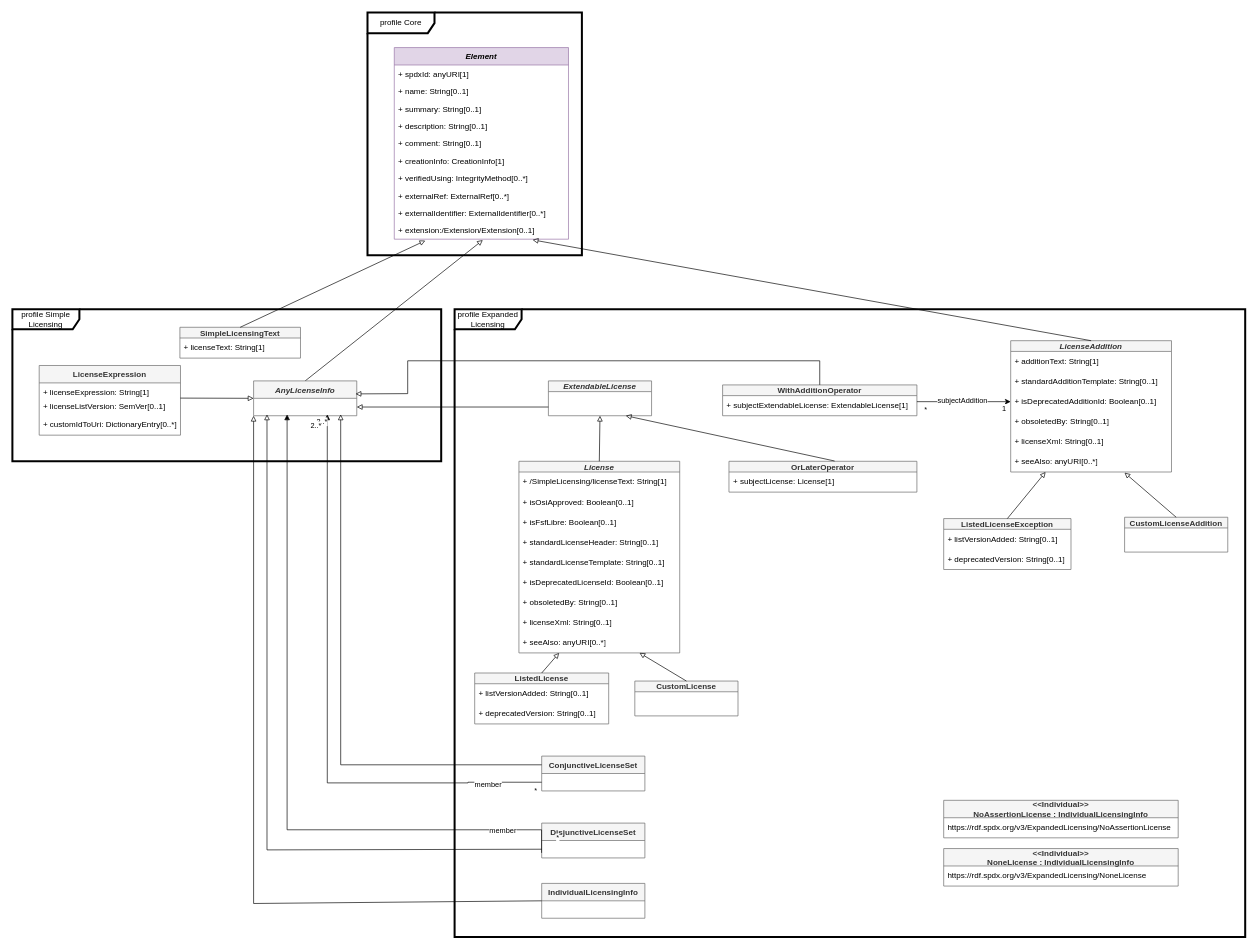
Before: page "Licensing" (5 of 11) of model.drawio in spdx/spdx-3-model, a draw.io diagram. Source tidied: cells renumbered, new cells numbered last; positions are measured from the earlier drawing's top-left corner, leaving out a move shared by most shapes. Both pictures are drawn from the tidied source at 67%, with x=0, y=0 at pixel (12, 12).
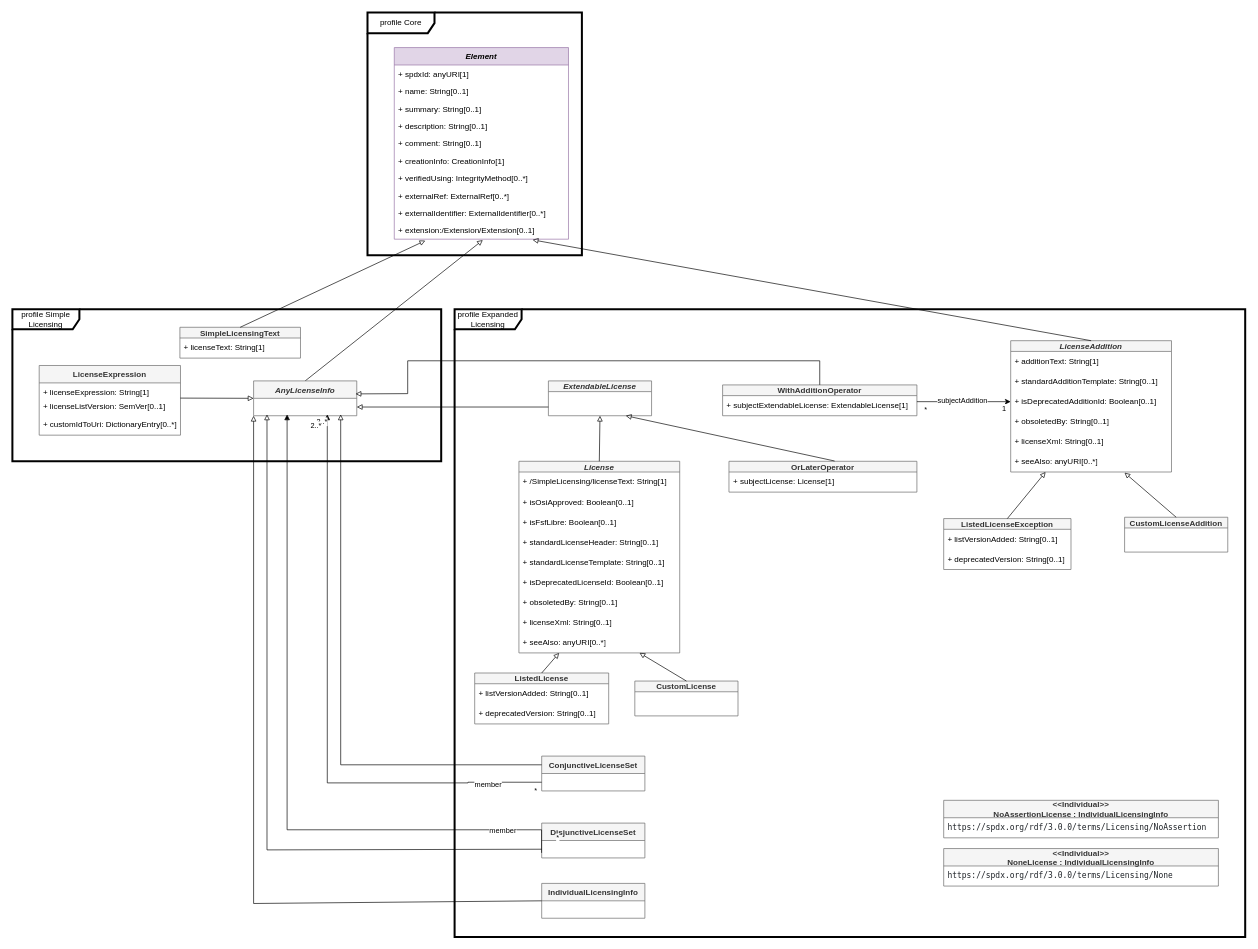
The same diagram, later.

Diff of the diagram source:
```diff
@@
     <mxCell id="83" value="&lt;&lt;Individual&gt;&gt;&#10;NoAssertionLicense : IndividualLicensingInfo" style="swimlane;fontStyle=1;horizontal=1;startSize=26;fillColor=#f5f5f5;strokeColor=#666666;fontColor=#333333;" parent="1" vertex="1">
-      <mxGeometry x="1390" y="1176" width="350" height="56" as="geometry" />
+      <mxGeometry x="1390" y="1176" width="410" height="56" as="geometry" />
     </mxCell>
-    <mxCell id="84" value="https://rdf.spdx.org/v3/ExpandedLicensing/NoAssertionLicense" style="text;strokeColor=none;fillColor=none;align=left;verticalAlign=middle;spacingLeft=4;spacingRight=4;overflow=hidden;whiteSpace=wrap;html=1;" parent="83" vertex="1">
-      <mxGeometry y="26" width="350" height="30" as="geometry" />
+    <mxCell id="84" value="&lt;span style=&quot;color: rgb(31, 35, 40); font-family: ui-monospace, SFMono-Regular, &amp;quot;SF Mono&amp;quot;, Menlo, Consolas, &amp;quot;Liberation Mono&amp;quot;, monospace; font-size: 11.9px; white-space-collapse: break-spaces; background-color: rgb(255, 255, 255);&quot;&gt;https://spdx.org/rdf/3.0.0/terms/Licensing/NoAssertion&lt;/span&gt;" style="text;strokeColor=none;fillColor=none;align=left;verticalAlign=middle;spacingLeft=4;spacingRight=4;overflow=hidden;whiteSpace=wrap;html=1;" parent="83" vertex="1">
+      <mxGeometry y="26" width="410" height="30" as="geometry" />
     </mxCell>
     <mxCell id="85" value="&lt;&lt;Individual&gt;&gt;&#10;NoneLicense : IndividualLicensingInfo" style="swimlane;fontStyle=1;horizontal=1;startSize=26;fillColor=#f5f5f5;strokeColor=#666666;fontColor=#333333;" parent="1" vertex="1">
-      <mxGeometry x="1390" y="1248" width="350" height="56" as="geometry" />
+      <mxGeometry x="1390" y="1248" width="410" height="56" as="geometry" />
     </mxCell>
-    <mxCell id="86" value="https://rdf.spdx.org/v3/ExpandedLicensing/NoneLicense" style="text;strokeColor=none;fillColor=none;align=left;verticalAlign=middle;spacingLeft=4;spacingRight=4;overflow=hidden;whiteSpace=wrap;html=1;" parent="85" vertex="1">
-      <mxGeometry y="26" width="350" height="30" as="geometry" />
+    <mxCell id="86" value="&lt;span style=&quot;color: rgb(31, 35, 40); font-family: ui-monospace, SFMono-Regular, &amp;quot;SF Mono&amp;quot;, Menlo, Consolas, &amp;quot;Liberation Mono&amp;quot;, monospace; font-size: 11.9px; white-space-collapse: break-spaces; background-color: rgb(255, 255, 255);&quot;&gt;https://spdx.org/rdf/3.0.0/terms/Licensing/None&lt;/span&gt;" style="text;strokeColor=none;fillColor=none;align=left;verticalAlign=middle;spacingLeft=4;spacingRight=4;overflow=hidden;whiteSpace=wrap;html=1;" parent="85" vertex="1">
+      <mxGeometry y="26" width="410" height="30" as="geometry" />
     </mxCell>
```
